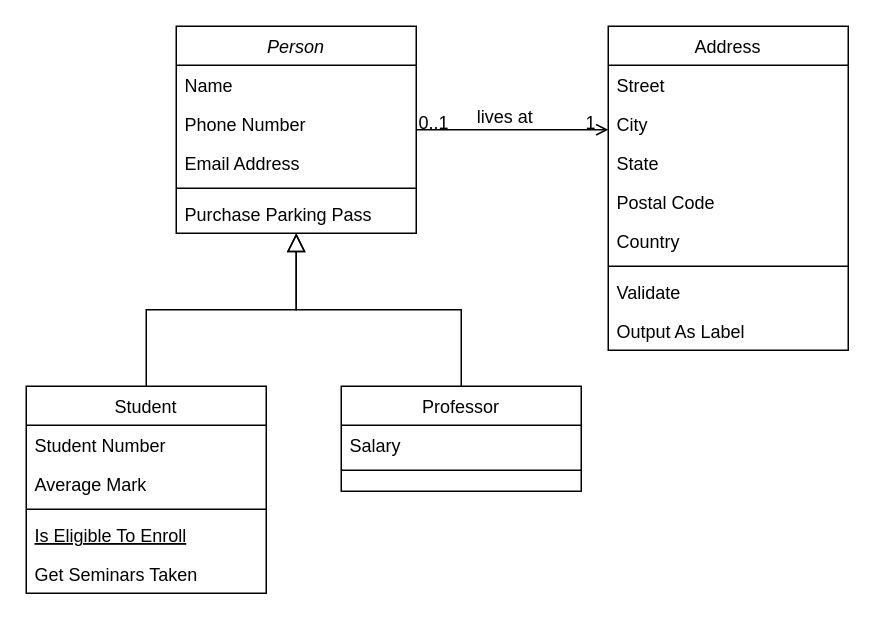
22022658NguyenTienKhoi/dict keeps this draw.io diagram as tu-dien/Biểu đồ không có tiêu đề.drawio. Above is the earlier version. Source tidied: cells renumbered, new cells numbered last; positions are measured from the earlier drawing's top-left corner, leaving out a move shared by most shapes. Both pictures are drawn from the tidied source at 150%, with x=0, y=0 at pixel (26, 26).
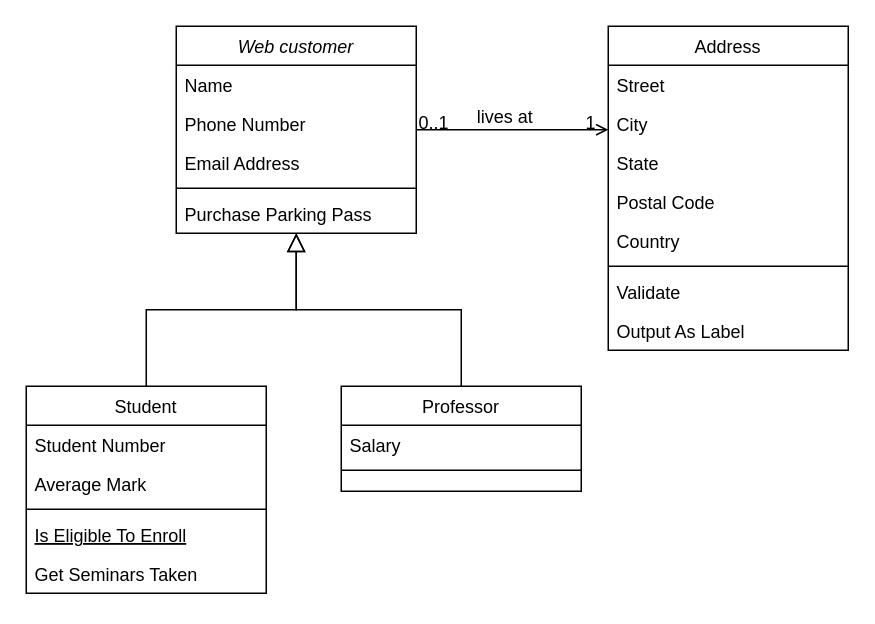
Above is the later version.

Commit message (it also covers changes not shown here):
Cập nhật Biểu đồ không có tiêu đề.drawio

The edit, as a diff of the source:
```diff
@@
-    <mxCell id="2" value="Person" style="swimlane;fontStyle=2;align=center;verticalAlign=top;horizontal=1;startSize=26;rounded=0;shadow=0;strokeWidth=1;" parent="1" vertex="1">
+    <mxCell id="2" value="Web customer" style="swimlane;fontStyle=2;align=center;verticalAlign=top;horizontal=1;startSize=26;rounded=0;shadow=0;strokeWidth=1;" parent="1" vertex="1">
       <mxGeometry x="100" width="160" height="138" as="geometry" />
     </mxCell>
```
